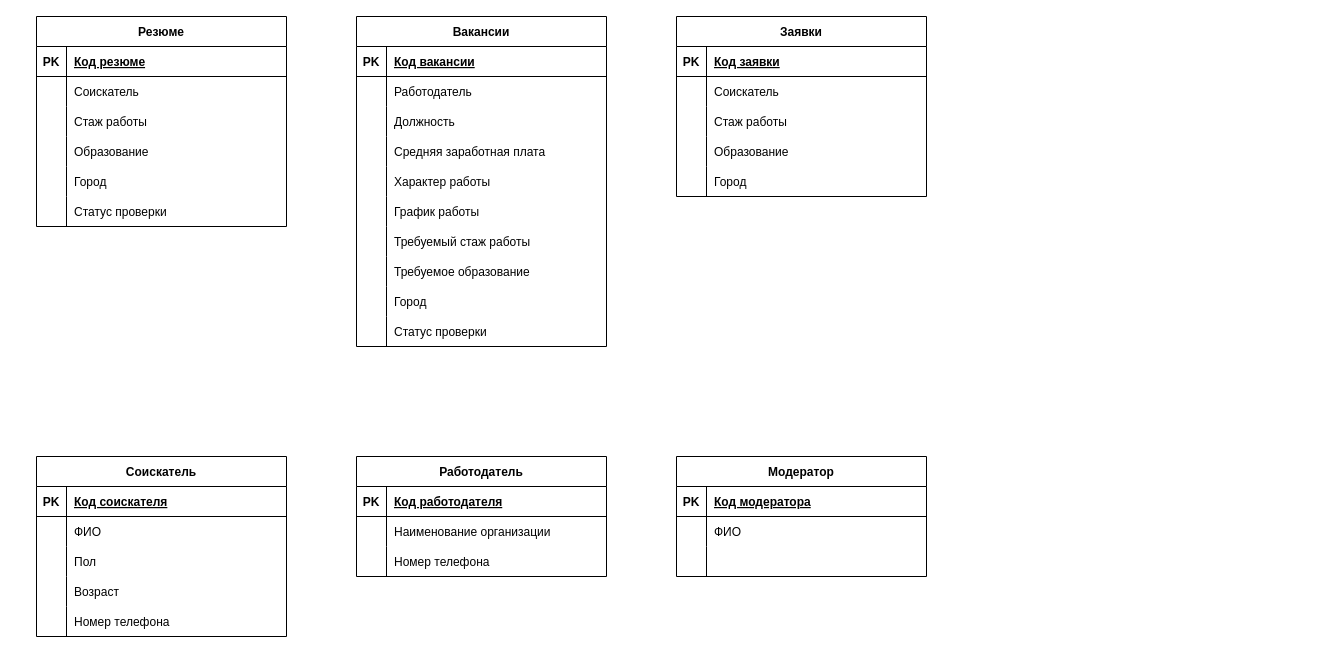
The draw.io diagram Diagrams/Entity Relationship Diagram.drawio in FullOfDelirium/Employment-agency, before the edit. Source tidied: cells renumbered, new cells numbered last; positions are measured from the earlier drawing's top-left corner, leaving out a move shared by most shapes. Both pictures are drawn from the tidied source at 100%, with x=0, y=0 at pixel (36, 16).
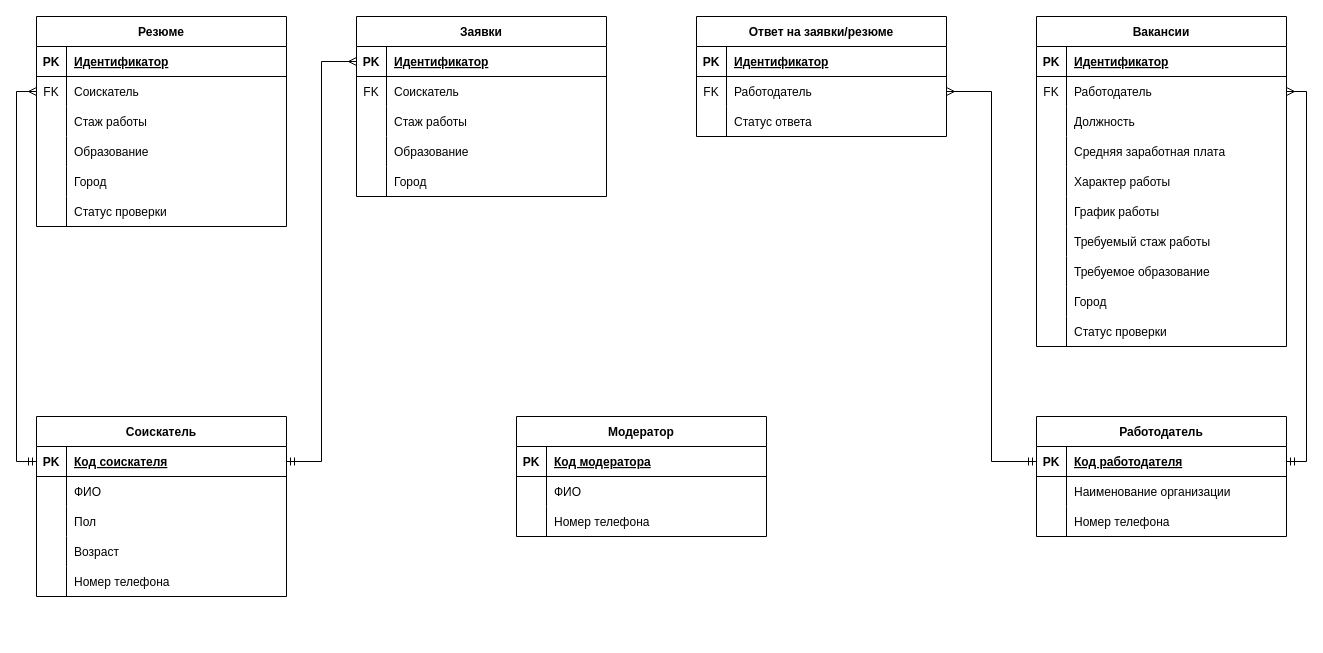
Above is the later version.

Unchanged cells that the change refers to:
```xml
<mxCell id="3" style="shape=partialRectangle;fillColor=none;top=0;left=0;right=0;bottom=1;" parent="2" vertex="1">
  <mxGeometry y="30" width="250" height="30" as="geometry" />
</mxCell>
<mxCell id="6" style="shape=partialRectangle;fillColor=none;points=[[0,0.5],[1,0.5]];portConstraint=eastwest;top=0;left=0;right=0;bottom=0;" parent="2" vertex="1">
  <mxGeometry y="60" width="250" height="30" as="geometry" />
</mxCell>
<mxCell id="22" style="shape=partialRectangle;fillColor=none;top=0;left=0;right=0;bottom=1;" parent="21" vertex="1">
  <mxGeometry y="30" width="250" height="30" as="geometry" />
</mxCell>
<mxCell id="25" style="shape=partialRectangle;fillColor=none;points=[[0,0.5],[1,0.5]];portConstraint=eastwest;top=0;left=0;right=0;bottom=0;" parent="21" vertex="1">
  <mxGeometry y="60" width="250" height="30" as="geometry" />
</mxCell>
<mxCell id="53" style="shape=partialRectangle;fillColor=none;points=[[0,0.5],[1,0.5]];portConstraint=eastwest;top=0;left=0;right=0;bottom=1;" parent="52" vertex="1">
  <mxGeometry y="30" width="250" height="30" as="geometry" />
</mxCell>
<mxCell id="56" style="shape=partialRectangle;fillColor=none;top=0;left=0;right=0;bottom=0;" parent="52" vertex="1">
  <mxGeometry y="60" width="250" height="30" as="geometry" />
</mxCell>
<mxCell id="69" style="shape=partialRectangle;fillColor=none;points=[[0,0.5],[1,0.5]];portConstraint=eastwest;top=0;left=0;right=0;bottom=1;" parent="68" vertex="1">
  <mxGeometry y="30" width="250" height="30" as="geometry" />
</mxCell>
<mxCell id="85" style="shape=partialRectangle;fillColor=none;points=[[0,0.5],[1,0.5]];portConstraint=eastwest;top=0;left=0;right=0;bottom=1;" parent="84" vertex="1">
  <mxGeometry y="30" width="250" height="30" as="geometry" />
</mxCell>
<mxCell id="101" style="shape=partialRectangle;fillColor=none;top=0;left=0;right=0;bottom=0;" parent="94" vertex="1">
  <mxGeometry y="90" width="250" height="30" as="geometry" />
</mxCell>
```

The edit, as a diff of the source:
```diff
@@
-    <mxCell id="5" value="Код резюме" style="shape=partialRectangle;overflow=hidden;fillColor=none;top=0;left=0;bottom=0;right=0;align=left;spacingLeft=6;fontStyle=5;fontColor=default;" parent="3" vertex="1">
+    <mxCell id="5" value="Идентификатор" style="shape=partialRectangle;overflow=hidden;fillColor=none;top=0;left=0;bottom=0;right=0;align=left;spacingLeft=6;fontStyle=5;fontColor=default;" parent="3" vertex="1">
       <mxGeometry x="30" width="220" height="30" as="geometry" />
     </mxCell>
@@
-    <mxCell id="7" style="shape=partialRectangle;overflow=hidden;fillColor=none;top=0;left=0;bottom=0;right=0;" parent="6" vertex="1">
+    <mxCell id="7" value="FK" style="shape=partialRectangle;overflow=hidden;fillColor=none;top=0;left=0;bottom=0;right=0;" parent="6" vertex="1">
       <mxGeometry width="30" height="30" as="geometry" />
     </mxCell>
@@
     <mxCell id="21" value="Вакансии" style="shape=table;startSize=30;childLayout=tableLayout;rowLines=0;fontStyle=1;align=center;" parent="1" vertex="1">
-      <mxGeometry x="320" width="250" height="330" as="geometry" />
+      <mxGeometry x="1000" width="250" height="330" as="geometry" />
     </mxCell>
@@
-    <mxCell id="24" value="Код вакансии" style="shape=partialRectangle;overflow=hidden;fillColor=none;top=0;left=0;bottom=0;right=0;align=left;spacingLeft=6;fontStyle=5;" parent="22" vertex="1">
+    <mxCell id="24" value="Идентификатор" style="shape=partialRectangle;overflow=hidden;fillColor=none;top=0;left=0;bottom=0;right=0;align=left;spacingLeft=6;fontStyle=5;" parent="22" vertex="1">
       <mxGeometry x="30" width="220" height="30" as="geometry" />
     </mxCell>
@@
-    <mxCell id="26" style="shape=partialRectangle;overflow=hidden;fillColor=none;top=0;left=0;bottom=0;right=0;" parent="25" vertex="1">
+    <mxCell id="26" value="FK" style="shape=partialRectangle;overflow=hidden;fillColor=none;top=0;left=0;bottom=0;right=0;" parent="25" vertex="1">
       <mxGeometry width="30" height="30" as="geometry" />
     </mxCell>
@@
     <mxCell id="52" value="Заявки" style="shape=table;startSize=30;childLayout=tableLayout;rowLines=0;fontStyle=1;align=center;fillColor=default;strokeColor=default;fontColor=default;" parent="1" vertex="1">
-      <mxGeometry x="640" width="250" height="180" as="geometry" />
+      <mxGeometry x="320" width="250" height="180" as="geometry" />
     </mxCell>
@@
-    <mxCell id="55" value="Код заявки" style="shape=partialRectangle;overflow=hidden;fillColor=none;top=0;left=0;bottom=0;right=0;align=left;spacingLeft=6;fontStyle=5;fontColor=default;" parent="53" vertex="1">
+    <mxCell id="55" value="Идентификатор" style="shape=partialRectangle;overflow=hidden;fillColor=none;top=0;left=0;bottom=0;right=0;align=left;spacingLeft=6;fontStyle=5;fontColor=default;" parent="53" vertex="1">
       <mxGeometry x="30" width="220" height="30" as="geometry" />
     </mxCell>
@@
-    <mxCell id="57" style="shape=partialRectangle;overflow=hidden;fillColor=none;top=0;left=0;bottom=0;right=0;" parent="56" vertex="1">
+    <mxCell id="57" value="FK" style="shape=partialRectangle;overflow=hidden;fillColor=none;top=0;left=0;bottom=0;right=0;" parent="56" vertex="1">
       <mxGeometry width="30" height="30" as="geometry" />
     </mxCell>
@@
     <mxCell id="68" value="Соискатель" style="shape=table;startSize=30;childLayout=tableLayout;rowLines=0;fontStyle=1;align=center;fillColor=default;strokeColor=default;fontColor=default;" parent="1" vertex="1">
-      <mxGeometry y="440" width="250" height="180" as="geometry" />
+      <mxGeometry y="400" width="250" height="180" as="geometry" />
     </mxCell>
@@
     <mxCell id="84" value="Работодатель" style="shape=table;startSize=30;childLayout=tableLayout;rowLines=0;fontStyle=1;align=center;fontColor=default;" parent="1" vertex="1">
-      <mxGeometry x="320" y="440" width="250" height="120" as="geometry" />
+      <mxGeometry x="1000" y="400" width="250" height="120" as="geometry" />
     </mxCell>
@@
     <mxCell id="94" value="Модератор" style="shape=table;startSize=30;childLayout=tableLayout;rowLines=0;fontStyle=1;align=center;fontColor=default;" parent="1" vertex="1">
-      <mxGeometry x="640" y="440" width="250" height="120" as="geometry" />
+      <mxGeometry x="480" y="400" width="250" height="120" as="geometry" />
     </mxCell>
@@
-    <mxCell id="103" style="shape=partialRectangle;overflow=hidden;fillColor=none;top=0;left=0;bottom=0;right=0;align=left;spacingLeft=6;fontColor=default;" parent="101" vertex="1">
+    <mxCell id="103" value="Номер телефона" style="shape=partialRectangle;overflow=hidden;fillColor=none;top=0;left=0;bottom=0;right=0;align=left;spacingLeft=6;fontColor=default;" parent="101" vertex="1">
       <mxGeometry x="30" width="220" height="30" as="geometry" />
     </mxCell>
+    <mxCell id="104" style="edgeStyle=orthogonalEdgeStyle;rounded=0;jettySize=auto;html=1;entryX=0;entryY=0.5;entryDx=0;entryDy=0;startArrow=ERmandOne;startFill=0;endArrow=ERmany;endFill=0;" parent="1" edge="1" source="69" target="6">
+      <mxGeometry relative="1" as="geometry" />
+    </mxCell>
+    <mxCell id="105" style="edgeStyle=orthogonalEdgeStyle;rounded=0;jettySize=auto;html=1;entryX=0;entryY=0.5;entryDx=0;entryDy=0;startArrow=ERmandOne;startFill=0;endArrow=ERmany;endFill=0;" parent="1" edge="1" source="69" target="53">
+      <mxGeometry relative="1" as="geometry" />
+    </mxCell>
+    <mxCell id="106" style="edgeStyle=orthogonalEdgeStyle;rounded=0;jettySize=auto;html=1;entryX=1;entryY=0.5;entryDx=0;entryDy=0;startArrow=ERmandOne;startFill=0;endArrow=ERmany;endFill=0;exitX=1;exitY=0.5;exitDx=0;exitDy=0;" parent="1" edge="1" source="85" target="25">
+      <mxGeometry relative="1" as="geometry" />
+    </mxCell>
+    <mxCell id="107" value="Ответ на заявки/резюме" style="shape=table;startSize=30;childLayout=tableLayout;rowLines=0;fontStyle=1;align=center;fontColor=default;" parent="1" vertex="1">
+      <mxGeometry x="660" width="250" height="120" as="geometry" />
+    </mxCell>
+    <mxCell id="108" style="shape=partialRectangle;fillColor=none;top=0;left=0;right=0;bottom=1;" parent="107" vertex="1">
+      <mxGeometry y="30" width="250" height="30" as="geometry" />
+    </mxCell>
+    <mxCell id="109" value="PK" style="shape=partialRectangle;overflow=hidden;fillColor=none;top=0;left=0;bottom=0;right=0;fontStyle=1;" parent="108" vertex="1">
+      <mxGeometry width="30" height="30" as="geometry" />
+    </mxCell>
+    <mxCell id="110" value="Идентификатор" style="shape=partialRectangle;overflow=hidden;fillColor=none;top=0;left=0;bottom=0;right=0;align=left;spacingLeft=6;fontStyle=5;fontColor=default;" parent="108" vertex="1">
+      <mxGeometry x="30" width="220" height="30" as="geometry" />
+    </mxCell>
+    <mxCell id="111" style="shape=partialRectangle;fillColor=none;points=[[0,0.5],[1,0.5]];portConstraint=eastwest;top=0;left=0;right=0;bottom=0;" parent="107" vertex="1">
+      <mxGeometry y="60" width="250" height="30" as="geometry" />
+    </mxCell>
+    <mxCell id="112" value="FK" style="shape=partialRectangle;overflow=hidden;fillColor=none;top=0;left=0;bottom=0;right=0;" parent="111" vertex="1">
+      <mxGeometry width="30" height="30" as="geometry" />
+    </mxCell>
+    <mxCell id="113" value="Работодатель" style="shape=partialRectangle;overflow=hidden;fillColor=none;top=0;left=0;bottom=0;right=0;align=left;spacingLeft=6;" parent="111" vertex="1">
+      <mxGeometry x="30" width="220" height="30" as="geometry" />
+    </mxCell>
+    <mxCell id="114" style="shape=partialRectangle;fillColor=none;top=0;left=0;right=0;bottom=0;" parent="107" vertex="1">
+      <mxGeometry y="90" width="250" height="30" as="geometry" />
+    </mxCell>
+    <mxCell id="115" style="shape=partialRectangle;overflow=hidden;fillColor=none;top=0;left=0;bottom=0;right=0;" parent="114" vertex="1">
+      <mxGeometry width="30" height="30" as="geometry" />
+    </mxCell>
+    <mxCell id="116" value="Статус ответа" style="shape=partialRectangle;overflow=hidden;fillColor=none;top=0;left=0;bottom=0;right=0;align=left;spacingLeft=6;" parent="114" vertex="1">
+      <mxGeometry x="30" width="220" height="30" as="geometry" />
+    </mxCell>
+    <mxCell id="117" style="edgeStyle=orthogonalEdgeStyle;rounded=0;jettySize=auto;html=1;exitX=0;exitY=0.5;exitDx=0;exitDy=0;entryX=1;entryY=0.5;entryDx=0;entryDy=0;startArrow=ERmandOne;startFill=0;endArrow=ERmany;endFill=0;" parent="1" edge="1" source="85" target="111">
+      <mxGeometry relative="1" as="geometry" />
+    </mxCell>
```
